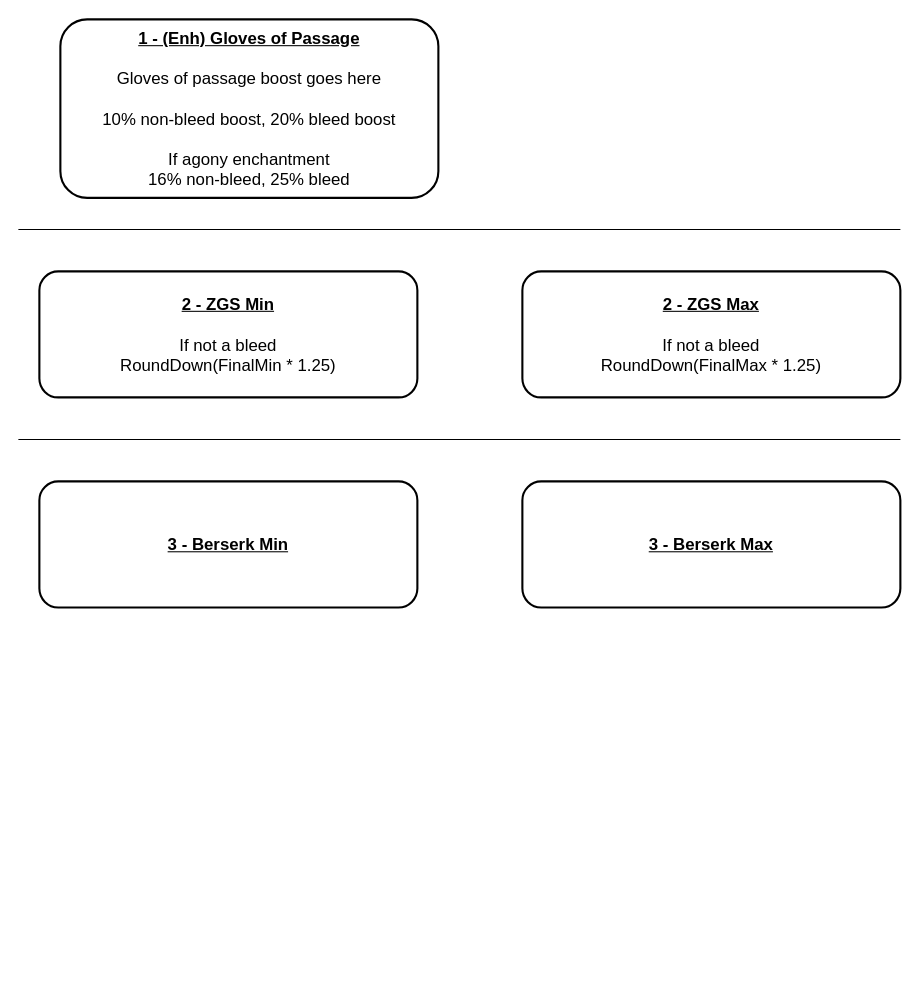
Xau-Tech/RuneScapeBossLogTool keeps this draw.io diagram as page "MeleeSpecifics" (4 of 6) of RS3BossingLogDiagrams/AbilityTab/AbililtyFlowDiagrams.drawio. Above is the earlier version. Source tidied: cells renumbered, new cells numbered last; positions are measured from the earlier drawing's top-left corner, leaving out a move shared by most shapes. Both pictures are drawn from the tidied source at 105%, with x=0, y=0 at pixel (18, 19).
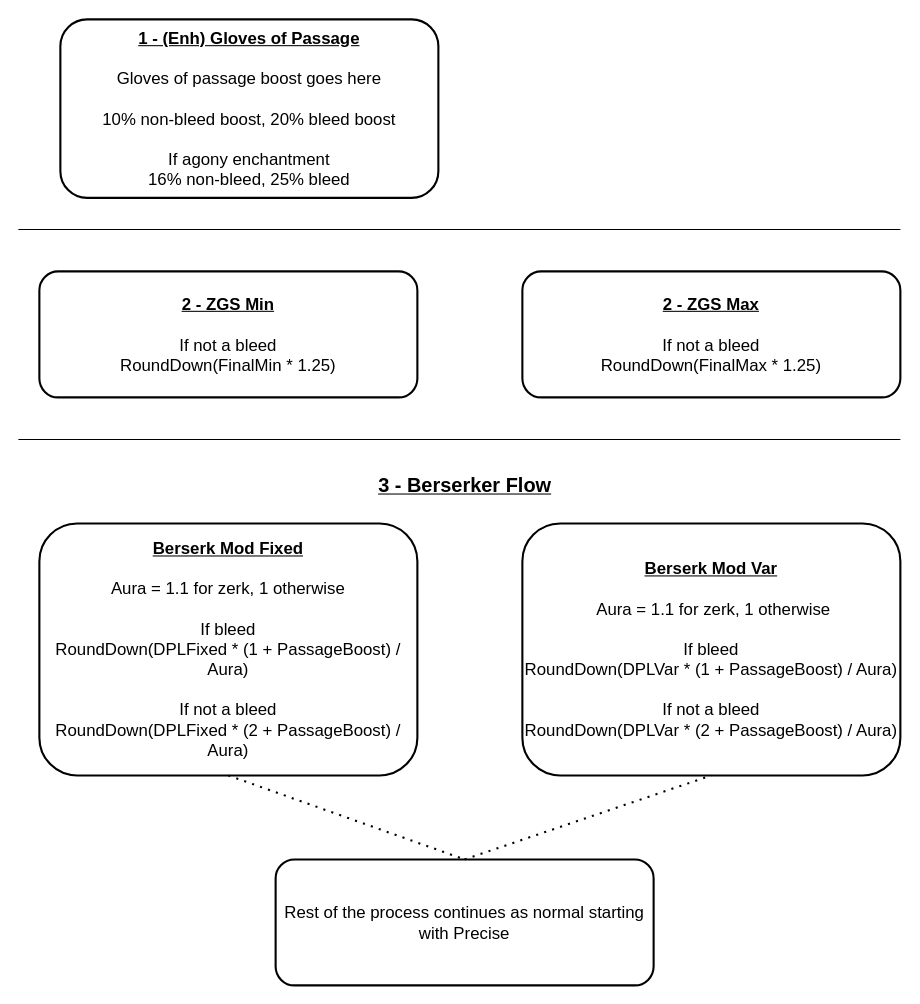
The same diagram, later.

Change to the diagram source:
```diff
@@
 <mxGraphModel>
   <root>
     <mxCell id="0" />
     <mxCell id="1" parent="0" />
     <mxCell id="2" value="&lt;u style=&quot;font-weight: bold;&quot;&gt;1 - (Enh) Gloves of Passage&lt;/u&gt;&lt;br&gt;&lt;br&gt;Gloves of passage boost goes here&lt;br&gt;&lt;br&gt;10% non-bleed boost, 20% bleed boost&lt;br&gt;&lt;br&gt;If agony enchantment&lt;br&gt;16% non-bleed, 25% bleed" style="text;html=1;strokeColor=default;fillColor=none;align=center;verticalAlign=middle;whiteSpace=wrap;rounded=1;strokeWidth=2;glass=0;fontSize=16;" parent="1" vertex="1">
       <mxGeometry x="40" width="360" height="170" as="geometry" />
     </mxCell>
     <mxCell id="3" value="&lt;u style=&quot;font-weight: bold;&quot;&gt;2 - ZGS Min&lt;/u&gt;&lt;br&gt;&lt;br&gt;If not a bleed&lt;br&gt;RoundDown(FinalMin * 1.25)" style="text;html=1;strokeColor=default;fillColor=none;align=center;verticalAlign=middle;whiteSpace=wrap;rounded=1;strokeWidth=2;glass=0;fontSize=16;" parent="1" vertex="1">
       <mxGeometry x="20" y="240" width="360" height="120" as="geometry" />
     </mxCell>
     <mxCell id="4" value="&lt;u style=&quot;font-weight: bold;&quot;&gt;2 - ZGS Max&lt;/u&gt;&lt;br&gt;&lt;br&gt;If not a bleed&lt;br&gt;RoundDown(FinalMax * 1.25)" style="text;html=1;strokeColor=default;fillColor=none;align=center;verticalAlign=middle;whiteSpace=wrap;rounded=1;strokeWidth=2;glass=0;fontSize=16;" parent="1" vertex="1">
       <mxGeometry x="480" y="240" width="360" height="120" as="geometry" />
     </mxCell>
-    <mxCell id="5" value="&lt;u style=&quot;font-weight: bold;&quot;&gt;3 - Berserk Max&lt;/u&gt;" style="text;html=1;strokeColor=default;fillColor=none;align=center;verticalAlign=middle;whiteSpace=wrap;rounded=1;strokeWidth=2;glass=0;fontSize=16;" parent="1" vertex="1">
-      <mxGeometry x="480" y="440" width="360" height="120" as="geometry" />
+    <mxCell id="5" value="&lt;u style=&quot;font-weight: bold;&quot;&gt;Berserk Mod Var&lt;/u&gt;&lt;br&gt;&lt;br&gt;&amp;nbsp;Aura = 1.1 for zerk, 1 otherwise&lt;br&gt;&lt;br&gt;If bleed&lt;br&gt;RoundDown(DPLVar * (1 + PassageBoost) / Aura)&lt;br&gt;&lt;br&gt;If not a bleed&lt;br&gt;RoundDown(DPLVar * (2 + PassageBoost) / Aura)" style="text;html=1;strokeColor=default;fillColor=none;align=center;verticalAlign=middle;whiteSpace=wrap;rounded=1;strokeWidth=2;glass=0;fontSize=16;" parent="1" vertex="1">
+      <mxGeometry x="480" y="480" width="360" height="240" as="geometry" />
     </mxCell>
-    <mxCell id="6" value="&lt;u style=&quot;font-weight: bold;&quot;&gt;3 - Berserk Min&lt;/u&gt;" style="text;html=1;strokeColor=default;fillColor=none;align=center;verticalAlign=middle;whiteSpace=wrap;rounded=1;strokeWidth=2;glass=0;fontSize=16;" parent="1" vertex="1">
-      <mxGeometry x="20" y="440" width="360" height="120" as="geometry" />
+    <mxCell id="6" value="&lt;u style=&quot;font-weight: bold;&quot;&gt;Berserk Mod Fixed&lt;/u&gt;&lt;br&gt;&lt;br&gt;Aura = 1.1 for zerk, 1 otherwise&lt;br&gt;&lt;br&gt;If bleed&lt;br&gt;RoundDown(DPLFixed * (1 + PassageBoost) / Aura)&lt;br&gt;&lt;br&gt;If not a bleed&lt;br&gt;RoundDown(DPLFixed * (2 + PassageBoost) / Aura)" style="text;html=1;strokeColor=default;fillColor=none;align=center;verticalAlign=middle;whiteSpace=wrap;rounded=1;strokeWidth=2;glass=0;fontSize=16;" parent="1" vertex="1">
+      <mxGeometry x="20" y="480" width="360" height="240" as="geometry" />
     </mxCell>
     <mxCell id="7" style="endArrow=none;html=1;rounded=0;" parent="1" edge="1">
       <mxGeometry relative="1" as="geometry">
         <mxPoint y="200" as="sourcePoint" />
         <mxPoint x="840" y="200" as="targetPoint" />
       </mxGeometry>
     </mxCell>
     <mxCell id="8" style="endArrow=none;html=1;rounded=0;" parent="1" edge="1">
       <mxGeometry relative="1" as="geometry">
         <mxPoint y="400" as="sourcePoint" />
         <mxPoint x="840" y="400" as="targetPoint" />
       </mxGeometry>
     </mxCell>
+    <mxCell id="9" value="3 - Berserker Flow" style="text;html=1;strokeColor=none;fillColor=none;align=center;verticalAlign=middle;whiteSpace=wrap;rounded=0;fontStyle=5;fontSize=19;" parent="1" vertex="1">
+      <mxGeometry x="303" y="430" width="245" height="30" as="geometry" />
+    </mxCell>
+    <mxCell id="10" style="endArrow=none;dashed=1;html=1;dashPattern=1 3;strokeWidth=2;rounded=0;exitX=0.5;exitY=1;exitDx=0;exitDy=0;entryX=0.5;entryY=0;entryDx=0;entryDy=0;" parent="1" edge="1" source="6" target="12">
+      <mxGeometry relative="1" as="geometry" />
+    </mxCell>
+    <mxCell id="11" style="endArrow=none;dashed=1;html=1;dashPattern=1 3;strokeWidth=2;rounded=0;entryX=0.5;entryY=1;entryDx=0;entryDy=0;exitX=0.5;exitY=0;exitDx=0;exitDy=0;" parent="1" edge="1" source="12" target="5">
+      <mxGeometry relative="1" as="geometry" />
+    </mxCell>
+    <mxCell id="12" value="Rest of the process continues as normal starting with Precise" style="text;html=1;strokeColor=default;fillColor=none;align=center;verticalAlign=middle;whiteSpace=wrap;rounded=1;strokeWidth=2;glass=0;fontSize=16;" parent="1" vertex="1">
+      <mxGeometry x="245" y="800" width="360" height="120" as="geometry" />
+    </mxCell>
   </root>
 </mxGraphModel>
```
